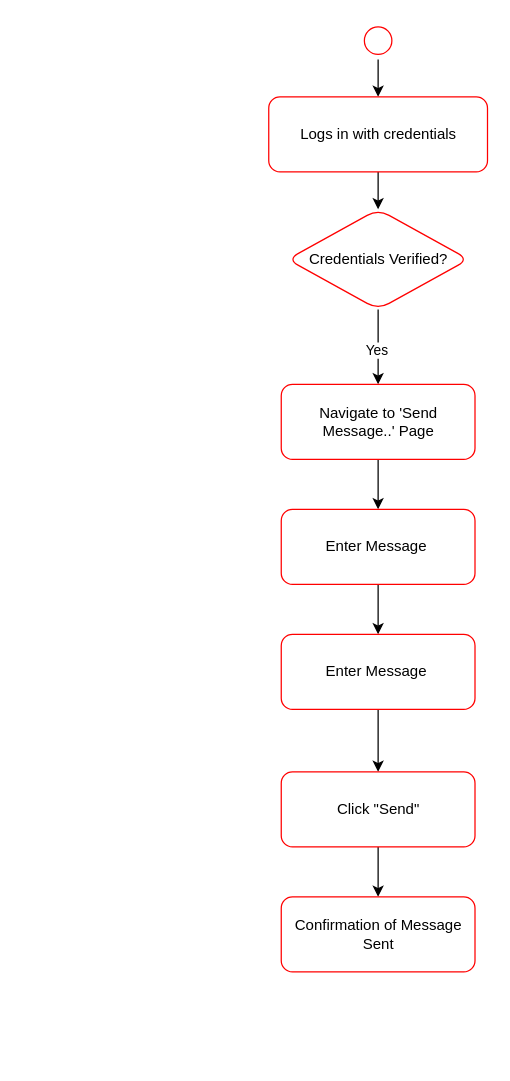
The draw.io diagram DIAGRAMS/Activity Diagram 1.drawio in 551462-Design-Develop-Deploy-24-25/001-port-individual-software-project-portfolio-MMukhtar1885, before the edit. Source tidied: cells renumbered, new cells numbered last; positions are measured from the earlier drawing's top-left corner, leaving out a move shared by most shapes. Both pictures are drawn from the tidied source at 125%, with x=0, y=0 at pixel (269, 21).
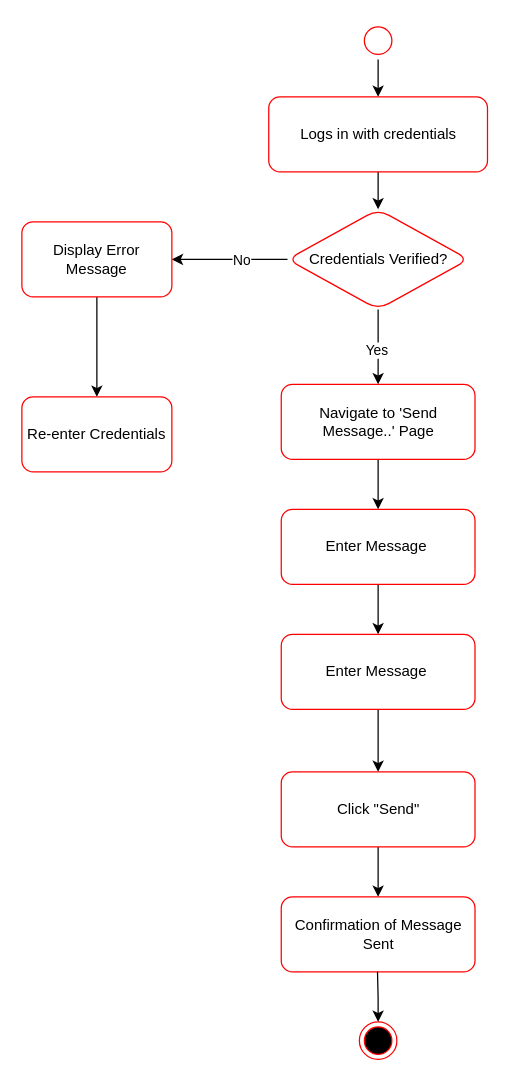
The same page after the edit.

Unchanged cells that the change refers to:
```xml
<mxCell id="8" value="Credentials Verified?" style="rhombus;whiteSpace=wrap;html=1;fillColor=#FFFFFF;strokeColor=#ff0000;rounded=1;" parent="1" vertex="1">
  <mxGeometry x="14.5" y="150" width="145" height="80" as="geometry" />
</mxCell>
```

Change to the diagram source:
```diff
@@
+    <mxCell id="18" style="edgeStyle=orthogonalEdgeStyle;rounded=0;jettySize=auto;html=1;" parent="1" edge="1" source="8" target="21">
+      <mxGeometry relative="1" as="geometry" />
+    </mxCell>
+    <mxCell id="19" value="No" style="edgeLabel;html=1;align=center;verticalAlign=middle;" parent="18" vertex="1">
+      <mxGeometry x="-0.19" relative="1" as="geometry" />
+    </mxCell>
@@
+    <mxCell id="20" style="edgeStyle=orthogonalEdgeStyle;rounded=0;jettySize=auto;html=1;" parent="1" edge="1" source="21" target="22">
+      <mxGeometry relative="1" as="geometry" />
+    </mxCell>
+    <mxCell id="21" value="Display Error Message" style="whiteSpace=wrap;html=1;fillColor=#FFFFFF;strokeColor=#ff0000;rounded=1;" parent="1" vertex="1">
+      <mxGeometry x="-198" y="160" width="120" height="60" as="geometry" />
+    </mxCell>
+    <mxCell id="22" value="Re-enter Credentials" style="whiteSpace=wrap;html=1;fillColor=#FFFFFF;strokeColor=#ff0000;rounded=1;" parent="1" vertex="1">
+      <mxGeometry x="-198" y="300" width="120" height="60" as="geometry" />
+    </mxCell>
+    <mxCell id="23" style="ellipse;html=1;shape=endState;fillColor=#000000;strokeColor=#ff0000;" parent="1" vertex="1">
+      <mxGeometry x="72" y="800" width="30" height="30" as="geometry" />
+    </mxCell>
+    <mxCell id="24" style="edgeStyle=orthogonalEdgeStyle;rounded=0;jettySize=auto;html=1;entryX=0.5;entryY=0;entryDx=0;entryDy=0;" parent="1" edge="1" target="23">
+      <mxGeometry relative="1" as="geometry">
+        <mxPoint x="86.5" y="760" as="sourcePoint" />
+      </mxGeometry>
+    </mxCell>
```
